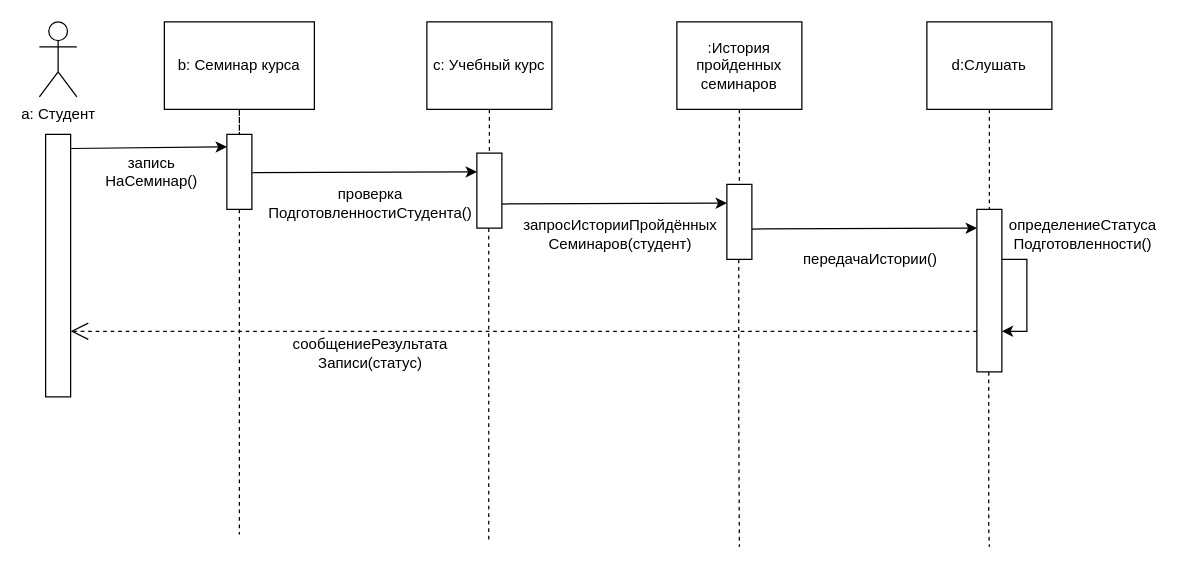
The draw.io diagram СтудентПоследовательность.drawio in Deviky/FOREVASIAOD, before the edit. Source tidied: cells renumbered, new cells numbered last; positions are measured from the earlier drawing's top-left corner, leaving out a move shared by most shapes. Both pictures are drawn from the tidied source at 125%, with x=0, y=0 at pixel (39, 21).
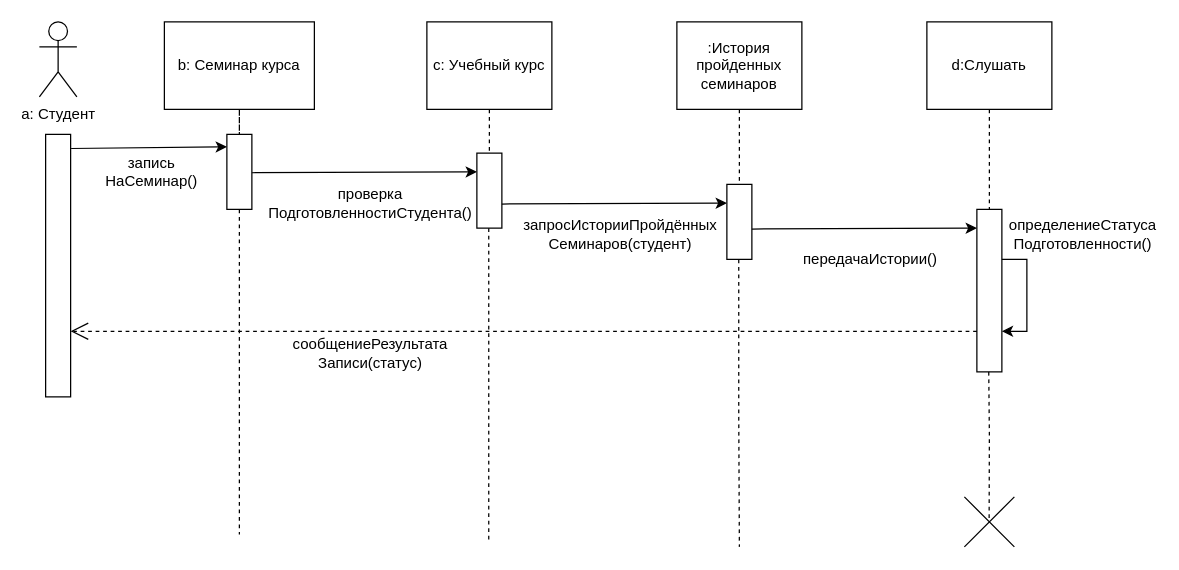
The same page after the edit.

Diff of the diagram source:
```diff
@@
-    <mxCell id="28" style="edgeStyle=orthogonalEdgeStyle;rounded=0;orthogonalLoop=1;jettySize=auto;html=1;dashed=1;endArrow=none;endFill=0;exitX=0.5;exitY=1;exitDx=0;exitDy=0;" parent="1" edge="1">
+    <mxCell id="28" style="edgeStyle=orthogonalEdgeStyle;rounded=0;jettySize=auto;html=1;dashed=1;endArrow=none;endFill=0;exitX=0.5;exitY=1;exitDx=0;exitDy=0;entryX=0.495;entryY=0.489;entryDx=0;entryDy=0;entryPerimeter=0;" parent="1" edge="1" target="32">
       <mxGeometry relative="1" as="geometry">
         <mxPoint x="759.5" y="280" as="sourcePoint" />
-        <mxPoint x="760" y="420" as="targetPoint" />
-        <Array as="points">
-          <mxPoint x="759.5" y="405" />
-        </Array>
       </mxGeometry>
     </mxCell>
@@
+    <mxCell id="32" style="shape=mxgraph.sysml.x;" parent="1" vertex="1">
+      <mxGeometry x="740" y="380" width="40" height="40" as="geometry" />
+    </mxCell>
```
